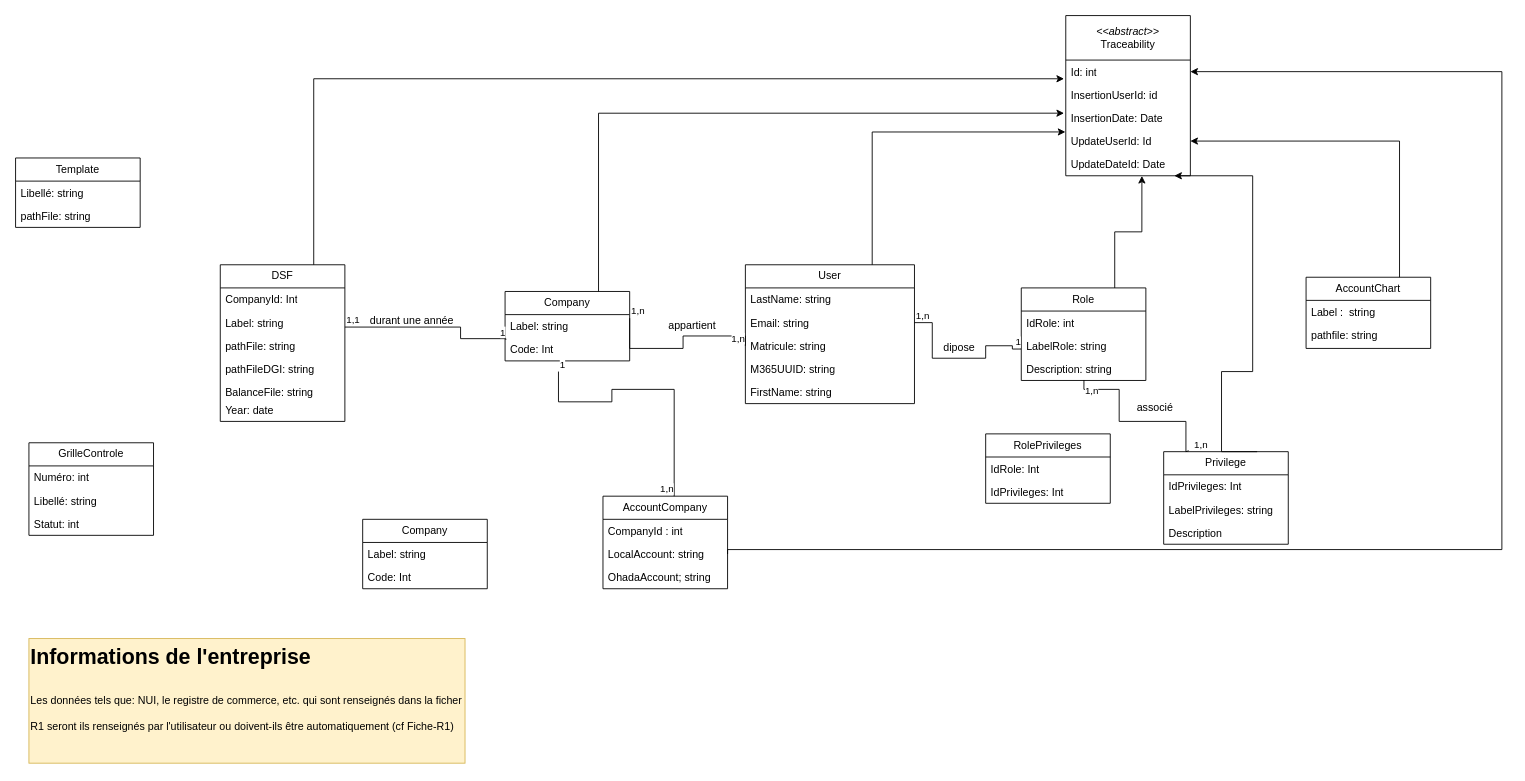
Before: page "Copie de Diagramme_classe" (2 of 6) of Conception_DSF.drawio in Michelle-Ngami/Conception_DSF, a draw.io diagram. Source tidied: cells renumbered, new cells numbered last; positions are measured from the earlier drawing's top-left corner, leaving out a move shared by most shapes. Both pictures are drawn from the tidied source at 89%, with x=0, y=0 at pixel (15, 15).
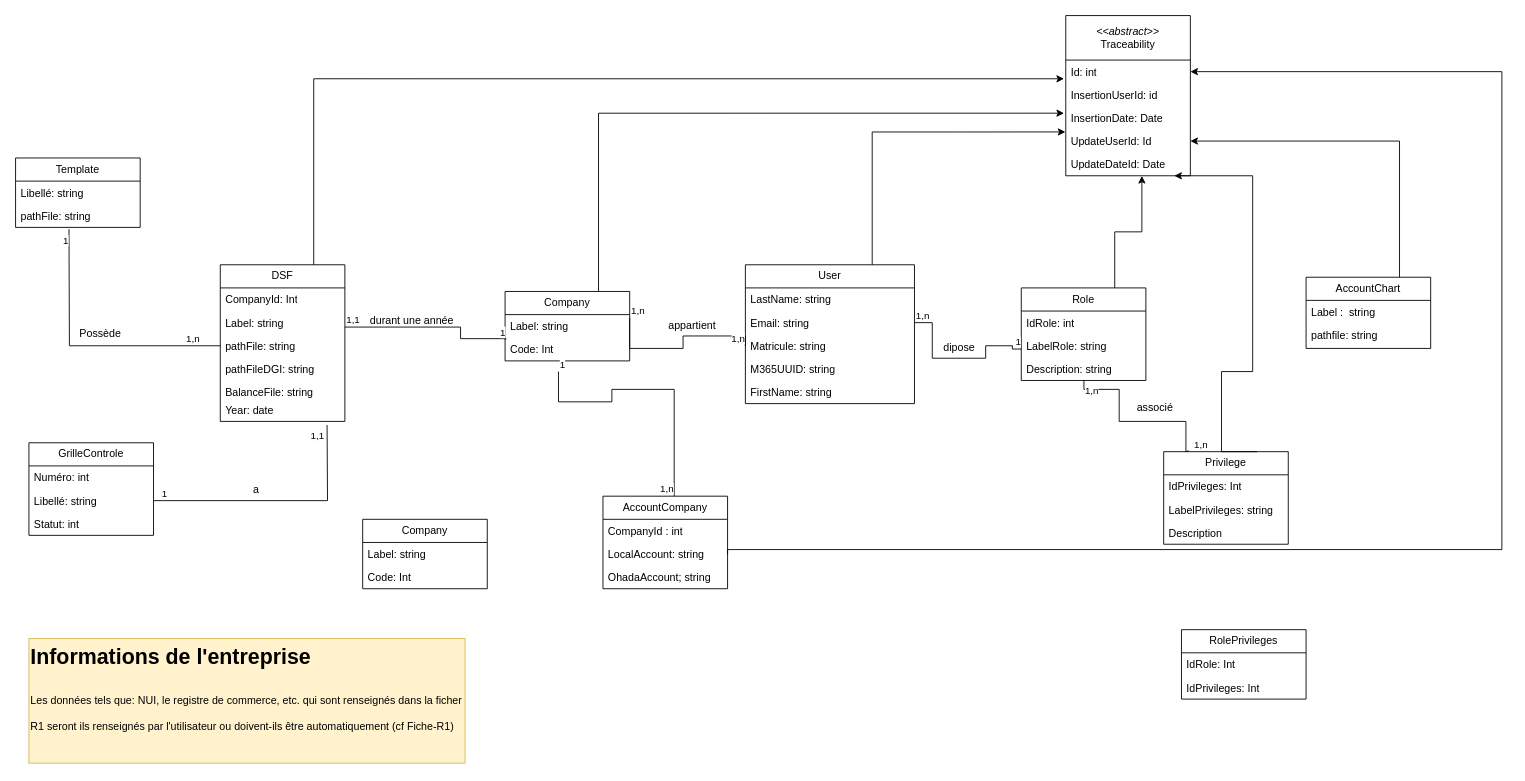
The same diagram, later.

Commit message:
Mettre à jour Conception_DSF(1).drawio

The change refers to these unchanged cells:
```xml
<mxCell id="32" value="pathFile: string" style="text;strokeColor=none;fillColor=none;align=left;verticalAlign=top;spacingLeft=4;spacingRight=4;overflow=hidden;points=[[0,0.5],[1,0.5]];portConstraint=eastwest;whiteSpace=wrap;html=1;" parent="29" vertex="1">
  <mxGeometry y="78" width="140" height="26" as="geometry" />
</mxCell>
<mxCell id="77" value="Libellé: string" style="text;strokeColor=none;fillColor=none;align=left;verticalAlign=top;spacingLeft=4;spacingRight=4;overflow=hidden;points=[[0,0.5],[1,0.5]];portConstraint=eastwest;whiteSpace=wrap;html=1;" parent="75" vertex="1">
  <mxGeometry y="52" width="140" height="26" as="geometry" />
</mxCell>
```

The edit, as a diff of the source:
```diff
@@
     <mxCell id="20" value="RolePrivileges" style="swimlane;fontStyle=0;horizontal=1;startSize=26;fillColor=none;whiteSpace=wrap;html=1;" parent="1" vertex="1">
-      <mxGeometry x="1090" y="470" width="140" height="78" as="geometry" />
+      <mxGeometry x="1310" y="690" width="140" height="78" as="geometry" />
     </mxCell>
@@
+    <mxCell id="79" style="endArrow=none;html=1;edgeStyle=orthogonalEdgeStyle;rounded=0;entryX=1;entryY=0.5;entryDx=0;entryDy=0;" parent="1" edge="1" target="77">
+      <mxGeometry relative="1" as="geometry">
+        <mxPoint x="350" y="460" as="sourcePoint" />
+      </mxGeometry>
+    </mxCell>
+    <mxCell id="80" value="1,1" style="edgeLabel;html=1;align=left;verticalAlign=bottom;" parent="79" vertex="1">
+      <mxGeometry x="-1" relative="1" as="geometry">
+        <mxPoint x="-20" y="20" as="offset" />
+      </mxGeometry>
+    </mxCell>
+    <mxCell id="81" value="1" style="edgeLabel;html=1;align=right;verticalAlign=bottom;" parent="79" vertex="1">
+      <mxGeometry x="1" relative="1" as="geometry">
+        <mxPoint x="16" as="offset" />
+      </mxGeometry>
+    </mxCell>
+    <mxCell id="82" value="a" style="text;html=1;align=center;verticalAlign=middle;strokeColor=none;fillColor=none;" parent="1" vertex="1">
+      <mxGeometry x="255" y="518" width="30" height="30" as="geometry" />
+    </mxCell>
+    <mxCell id="83" style="endArrow=none;html=1;edgeStyle=orthogonalEdgeStyle;rounded=0;exitX=0;exitY=0.5;exitDx=0;exitDy=0;" parent="1" edge="1" source="32">
+      <mxGeometry relative="1" as="geometry">
+        <mxPoint x="60" y="240" as="targetPoint" />
+      </mxGeometry>
+    </mxCell>
+    <mxCell id="84" value="1,n" style="edgeLabel;html=1;align=left;verticalAlign=bottom;" parent="83" vertex="1">
+      <mxGeometry x="-1" relative="1" as="geometry">
+        <mxPoint x="-40" as="offset" />
+      </mxGeometry>
+    </mxCell>
+    <mxCell id="85" value="1" style="edgeLabel;html=1;align=right;verticalAlign=bottom;" parent="83" vertex="1">
+      <mxGeometry x="1" relative="1" as="geometry">
+        <mxPoint y="21" as="offset" />
+      </mxGeometry>
+    </mxCell>
+    <mxCell id="86" value="Possède" style="text;html=1;align=center;verticalAlign=middle;strokeColor=none;fillColor=none;" parent="1" vertex="1">
+      <mxGeometry x="60" y="343" width="70" height="30" as="geometry" />
+    </mxCell>
```
